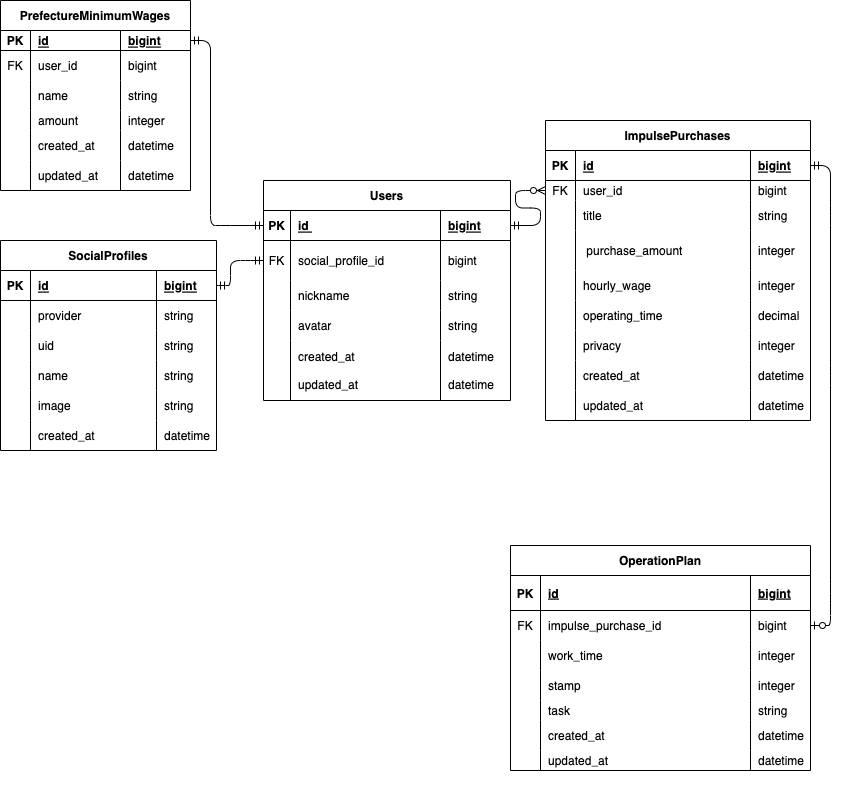
Before: ER_Diagram.png, a diagram exported from draw.io (panfes75/Portfolio). Source tidied: cells renumbered, new cells last; positions are measured from the earlier drawing's top-left corner, leaving out a move shared by most shapes.
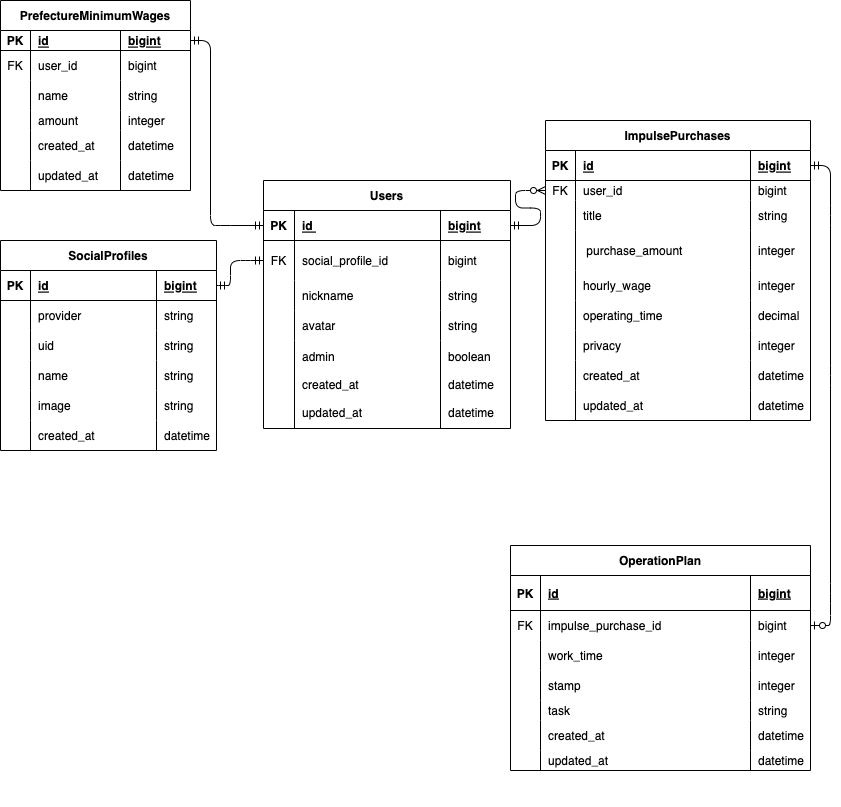
Later version of the same file.

The edit, as a diff of the source:
```diff
@@ -3,16 +3,16 @@
     <mxCell id="0" />
     <mxCell id="1" parent="0" />
     <mxCell id="2" value="Users" style="shape=table;startSize=30;rowLines=0;fontStyle=1;align=center;" parent="1" vertex="1">
-      <mxGeometry x="263" y="180" width="247" height="220" as="geometry" />
+      <mxGeometry x="263" y="180" width="247" height="248" as="geometry" />
     </mxCell>
     <mxCell id="3" style="shape=tableRow;horizontal=0;startSize=0;swimlaneHead=0;swimlaneBody=0;fillColor=none;points=[[0,0.5],[1,0.5]];portConstraint=eastwest;top=0;left=0;right=0;bottom=1;" parent="2" vertex="1">
       <mxGeometry y="30" width="247" height="30" as="geometry" />
     </mxCell>
     <mxCell id="4" value="PK" style="shape=partialRectangle;fillColor=none;top=0;left=0;bottom=0;right=0;fontStyle=1;overflow=hidden;" parent="3" vertex="1">
-      <mxGeometry width="27" height="30" as="geometry" />
+      <mxGeometry width="31" height="30" as="geometry" />
     </mxCell>
     <mxCell id="5" value="id " style="shape=partialRectangle;fillColor=none;top=0;left=0;bottom=0;right=0;align=left;spacingLeft=6;fontStyle=5;overflow=hidden;shadow=1;" parent="3" vertex="1">
-      <mxGeometry x="27" width="150" height="30" as="geometry" />
+      <mxGeometry x="31" width="146" height="30" as="geometry" />
     </mxCell>
     <mxCell id="6" value="bigint" style="shape=partialRectangle;fillColor=none;top=0;left=0;bottom=0;right=0;align=left;spacingLeft=6;fontStyle=5;overflow=hidden;" parent="3" vertex="1">
       <mxGeometry x="177" width="70" height="30" as="geometry" />
@@ -21,10 +21,10 @@
       <mxGeometry y="60" width="247" height="40" as="geometry" />
     </mxCell>
     <mxCell id="8" value="FK" style="shape=partialRectangle;fillColor=none;top=0;left=0;bottom=0;right=0;overflow=hidden;" parent="7" vertex="1">
-      <mxGeometry width="27" height="40" as="geometry" />
+      <mxGeometry width="31" height="40" as="geometry" />
     </mxCell>
     <mxCell id="9" value="social_profile_id" style="shape=partialRectangle;fillColor=none;top=0;left=0;bottom=0;right=0;align=left;spacingLeft=6;overflow=hidden;" parent="7" vertex="1">
-      <mxGeometry x="27" width="150" height="40" as="geometry" />
+      <mxGeometry x="31" width="146" height="40" as="geometry" />
     </mxCell>
     <mxCell id="10" value="bigint" style="shape=partialRectangle;fillColor=none;top=0;left=0;bottom=0;right=0;align=left;spacingLeft=6;overflow=hidden;" parent="7" vertex="1">
       <mxGeometry x="177" width="70" height="40" as="geometry" />
@@ -33,10 +33,10 @@
       <mxGeometry y="100" width="247" height="30" as="geometry" />
     </mxCell>
     <mxCell id="12" style="shape=partialRectangle;fillColor=none;top=0;left=0;bottom=0;right=0;overflow=hidden;" parent="11" vertex="1">
-      <mxGeometry width="27" height="30" as="geometry" />
+      <mxGeometry width="31" height="30" as="geometry" />
     </mxCell>
     <mxCell id="13" value="nickname" style="shape=partialRectangle;fillColor=none;top=0;left=0;bottom=0;right=0;align=left;spacingLeft=6;overflow=hidden;" parent="11" vertex="1">
-      <mxGeometry x="27" width="150" height="30" as="geometry" />
+      <mxGeometry x="31" width="146" height="30" as="geometry" />
     </mxCell>
     <mxCell id="14" value="string" style="shape=partialRectangle;fillColor=none;top=0;left=0;bottom=0;right=0;align=left;spacingLeft=6;overflow=hidden;" parent="11" vertex="1">
       <mxGeometry x="177" width="70" height="30" as="geometry" />
@@ -45,25 +45,25 @@
       <mxGeometry y="130" width="247" height="30" as="geometry" />
     </mxCell>
     <mxCell id="16" style="shape=partialRectangle;fillColor=none;top=0;left=0;bottom=0;right=0;overflow=hidden;" parent="15" vertex="1">
-      <mxGeometry width="27" height="30" as="geometry" />
+      <mxGeometry width="31" height="30" as="geometry" />
     </mxCell>
     <mxCell id="17" value="avatar" style="shape=partialRectangle;fillColor=none;top=0;left=0;bottom=0;right=0;align=left;spacingLeft=6;overflow=hidden;" parent="15" vertex="1">
-      <mxGeometry x="27" width="150" height="30" as="geometry" />
+      <mxGeometry x="31" width="146" height="30" as="geometry" />
     </mxCell>
     <mxCell id="18" value="string" style="shape=partialRectangle;fillColor=none;top=0;left=0;bottom=0;right=0;align=left;spacingLeft=6;overflow=hidden;" parent="15" vertex="1">
       <mxGeometry x="177" width="70" height="30" as="geometry" />
     </mxCell>
     <mxCell id="19" style="shape=tableRow;horizontal=0;startSize=0;swimlaneHead=0;swimlaneBody=0;fillColor=none;top=0;left=0;right=0;bottom=0;" parent="2" vertex="1">
-      <mxGeometry y="160" width="247" height="60" as="geometry" />
+      <mxGeometry y="160" width="247" height="88" as="geometry" />
     </mxCell>
     <mxCell id="20" style="shape=partialRectangle;fillColor=none;top=0;left=0;bottom=0;right=0;overflow=hidden;" parent="19" vertex="1">
-      <mxGeometry width="27" height="60" as="geometry" />
+      <mxGeometry width="31" height="88" as="geometry" />
     </mxCell>
-    <mxCell id="21" value="created_at&#10;&#10;updated_at" style="shape=partialRectangle;fillColor=none;top=0;left=0;bottom=0;right=0;align=left;spacingLeft=6;overflow=hidden;" parent="19" vertex="1">
-      <mxGeometry x="27" width="150" height="60" as="geometry" />
+    <mxCell id="21" value="admin&#10;&#10;created_at&#10;&#10;updated_at" style="shape=partialRectangle;fillColor=none;top=0;left=0;bottom=0;right=0;align=left;spacingLeft=6;overflow=hidden;" parent="19" vertex="1">
+      <mxGeometry x="31" width="146" height="88" as="geometry" />
     </mxCell>
-    <mxCell id="22" value="datetime&#10;&#10;datetime" style="shape=partialRectangle;fillColor=none;top=0;left=0;bottom=0;right=0;align=left;spacingLeft=6;overflow=hidden;" parent="19" vertex="1">
-      <mxGeometry x="177" width="70" height="60" as="geometry" />
+    <mxCell id="22" value="boolean&#10;&#10;datetime&#10;&#10;datetime" style="shape=partialRectangle;fillColor=none;top=0;left=0;bottom=0;right=0;align=left;spacingLeft=6;overflow=hidden;" parent="19" vertex="1">
+      <mxGeometry x="177" width="70" height="88" as="geometry" />
     </mxCell>
     <mxCell id="23" value="ImpulsePurchases" style="shape=table;startSize=30;rowLines=0;fontStyle=1;align=center;" parent="1" vertex="1">
       <mxGeometry x="545" y="120" width="265" height="300" as="geometry" />
```
